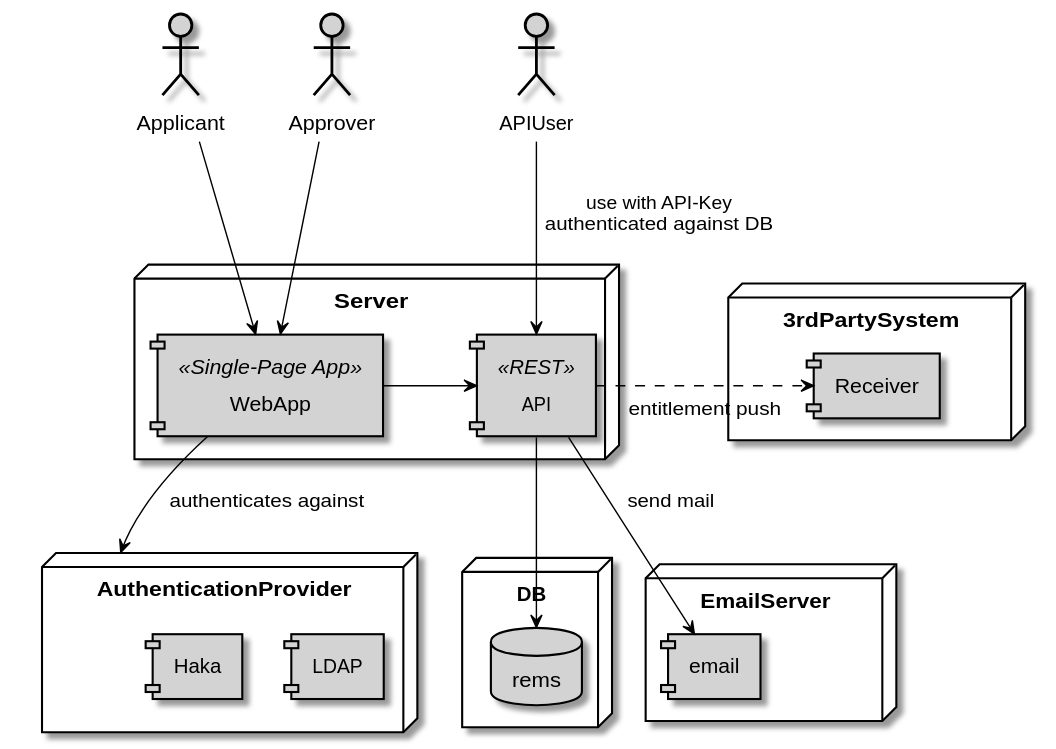
Before: docs/architecture-en.svg, a diagram exported from PlantUML (CSCfi/rems).
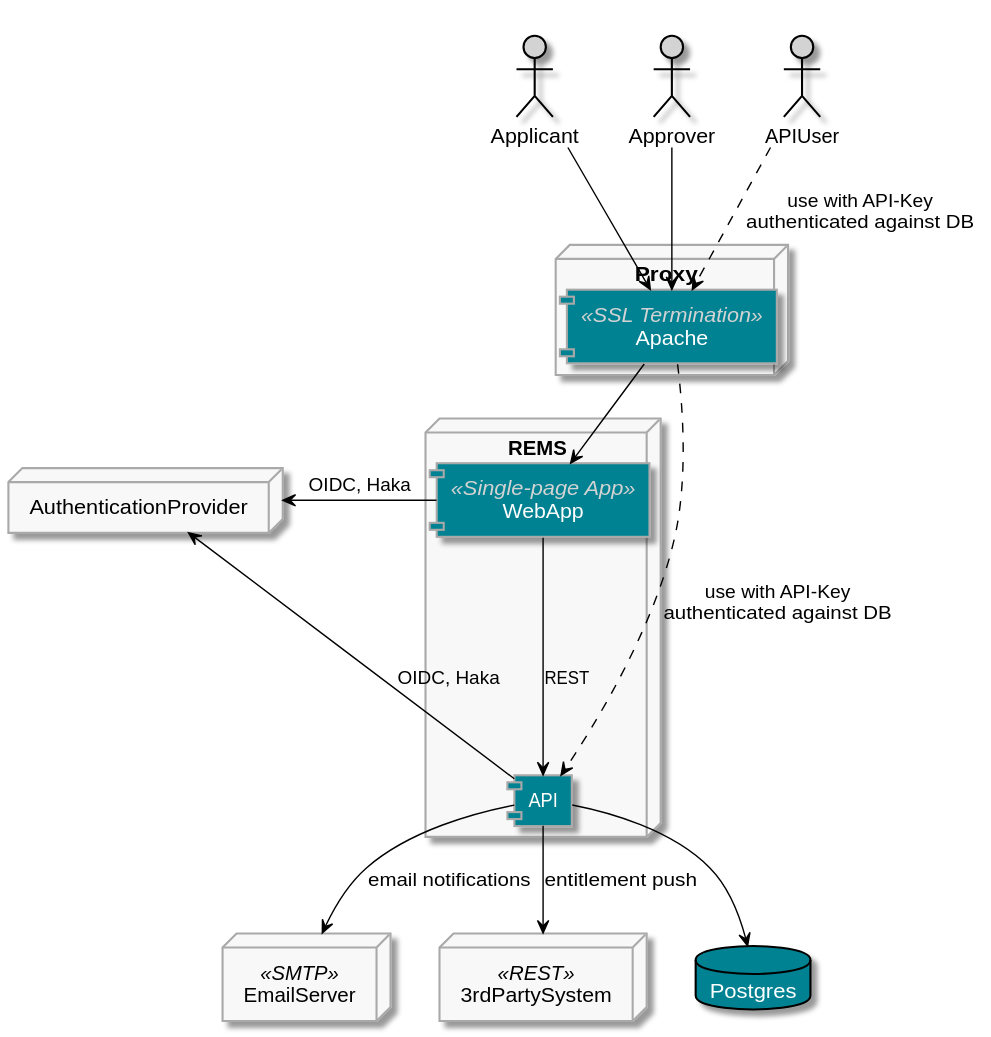
The same file after the commit.

Commit message:
feat: updated architecture diagram

Change to the diagram source:
```diff
@@ -1,49 +1,62 @@
 @startuml
 skinParam ArrowColor Black
 skinParam BackgroundColor White
-skinParam componentBorderColor Black
 skinParam actorBorderColor Black
-skinparam componentBackgroundColor LightGray
-skinparam databaseBackgroundColor LightGray
 skinparam actorBackgroundColor LightGray
-skinparam Padding 5
+skinParam componentBorderColor DarkGray
+skinparam componentFontColor White
+skinparam componentStereotypeFontColor LightGray
+skinparam componentBackgroundColor #008292
+skinparam databaseFontColor White
+skinparam databaseBackgroundColor #008292
+skinparam entityBackgroundColor LightGray
+skinparam entityBorderColor DarkGray
+skinparam queueBackgroundColor LightGray
+skinparam queueBorderColor DarkGray
+skinparam frameBorderColor DarkGray
+skinparam frameBackgroundColor #f8f8f8
+skinparam nodeBorderColor DarkGray
+skinparam nodeBackgroundColor #f8f8f8
+skinparam DefaultTextAlignment Center
 
-actor Applicant
-actor Approver
-actor APIUser
+together {
+  actor Applicant
+  actor Approver
+  actor APIUser
+}
+
+node Proxy {
+  component Apache << SSL Termination >>
+}
+
+node REMS {
+  component WebApp << Single-page App >>
+
+  component API
+}
 
 node AuthenticationProvider {
-  component LDAP
-  component Haka
 }
 
-node Server {
-  component WebApp <<Single-Page App>>
-  component API <<REST>>
+database Postgres
+
+node EmailServer << SMTP >> {
 }
 
-WebApp --> AuthenticationProvider : "authenticates against"
-
-Applicant --> WebApp
-Approver --> WebApp
-WebApp -> API : "     "
-APIUser --> API : "use with API-Key\nauthenticated against DB"
+node 3rdPartySystem << REST >> {
+}
 
 
-node DB {
-  database rems
-}
+WebApp -left-> AuthenticationProvider : "OIDC, Haka"
+WebApp -down-> API : "REST"
+API -left-> AuthenticationProvider : "OIDC, Haka"
+Applicant -down-> Apache
+Approver -down-> Apache
+Apache -down-> WebApp
+APIUser .down.> Apache : "use with API-Key\nauthenticated against DB"
+Apache .down.> API : "use with API-Key\nauthenticated against DB"
+API -down-> Postgres
+API -down-> EmailServer : "email notifications"
+API -down-> 3rdPartySystem : "entitlement push"
 
-node EmailServer {
-  component email
-}
-
-API --> email : "send mail"
-
-node 3rdPartySystem {
-  component Receiver
-}
-
-API --> rems
-API .> Receiver : "entitlement push"
 @enduml
```
